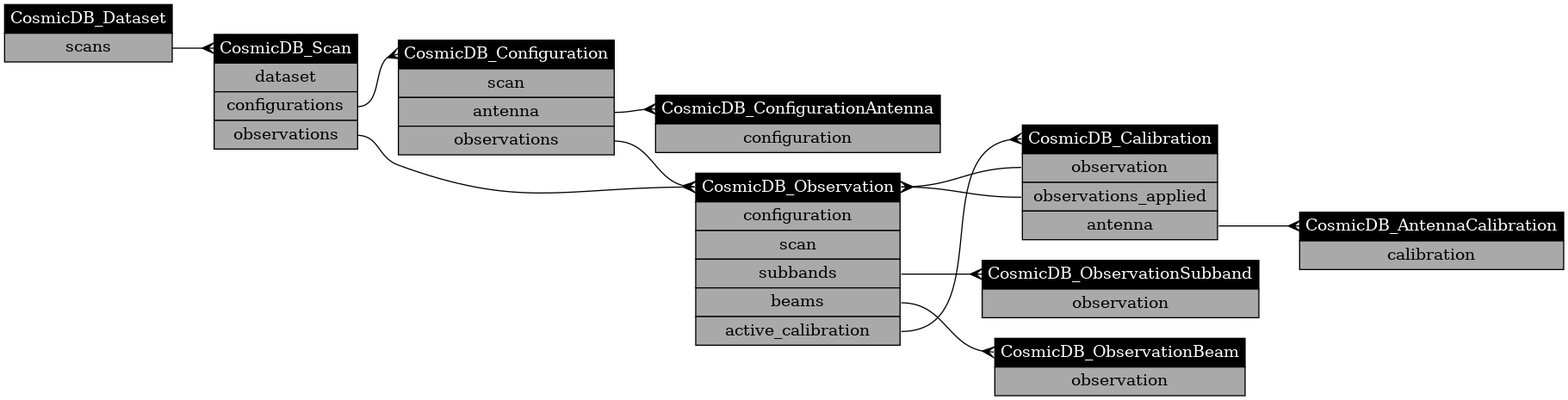
Before: docs/entities_Operation.png, a diagram exported from Graphviz (COSMIC-SETI/COSMIC-VLA-Database). Its source is kept beside it as docs/entities_Operation.dot.
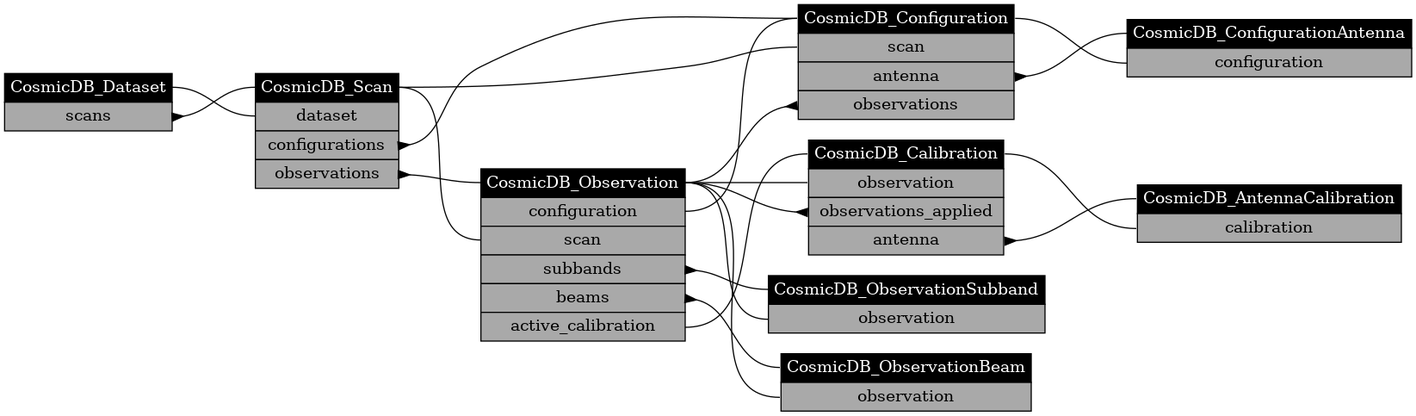
After the change.

What changed in the source:
```diff
@@ -1,5 +1,7 @@
 digraph Operation_Entities {
+layout=dot;
 rankdir=LR;
+ranksep="1.0";
 CosmicDB_Dataset [label=<<table border="0" cellborder="1" cellspacing="0" cellpadding="4">
 	<tr><td bgcolor="black" port="class"><font color="white">CosmicDB_Dataset</font></td></tr>
 	<tr><td bgcolor="darkgrey" port="scans">scans</td></tr>
@@ -46,15 +48,23 @@
 	<tr><td bgcolor="black" port="class"><font color="white">CosmicDB_ObservationBeam</font></td></tr>
 	<tr><td bgcolor="darkgrey" port="observation">observation</td></tr>
 </table>>, shape=plain];
-CosmicDB_Dataset:scans -> CosmicDB_Scan:class  [arrowhead=crow];
-CosmicDB_Scan:configurations -> CosmicDB_Configuration:class  [arrowhead=crow];
-CosmicDB_Scan:observations -> CosmicDB_Observation:class  [arrowhead=crow];
-CosmicDB_Configuration:antenna -> CosmicDB_ConfigurationAntenna:class  [arrowhead=crow];
-CosmicDB_Configuration:observations -> CosmicDB_Observation:class  [arrowhead=crow];
-CosmicDB_Calibration:observation -> CosmicDB_Observation:class  [arrowhead=crow];
-CosmicDB_Calibration:observations_applied -> CosmicDB_Observation:class  [arrowhead=crow];
-CosmicDB_Calibration:antenna -> CosmicDB_AntennaCalibration:class  [arrowhead=crow];
-CosmicDB_Observation:subbands -> CosmicDB_ObservationSubband:class  [arrowhead=crow];
-CosmicDB_Observation:beams -> CosmicDB_ObservationBeam:class  [arrowhead=crow];
-CosmicDB_Observation:active_calibration -> CosmicDB_Calibration:class  [arrowhead=crow];
+CosmicDB_Dataset:scans -> CosmicDB_Scan:class  [arrowhead=none, arrowtail=inv, dir=both];
+CosmicDB_Scan:dataset -> CosmicDB_Dataset:class  [arrowhead=none, arrowtail=none, dir=both];
+CosmicDB_Scan:configurations -> CosmicDB_Configuration:class  [arrowhead=none, arrowtail=inv, dir=both];
+CosmicDB_Scan:observations -> CosmicDB_Observation:class  [arrowhead=none, arrowtail=inv, dir=both];
+CosmicDB_Configuration:scan -> CosmicDB_Scan:class  [arrowhead=none, arrowtail=none, dir=both];
+CosmicDB_Configuration:antenna -> CosmicDB_ConfigurationAntenna:class  [arrowhead=none, arrowtail=inv, dir=both];
+CosmicDB_Configuration:observations -> CosmicDB_Observation:class  [arrowhead=none, arrowtail=inv, dir=both];
+CosmicDB_ConfigurationAntenna:configuration -> CosmicDB_Configuration:class  [arrowhead=none, arrowtail=none, dir=both];
+CosmicDB_Calibration:observation -> CosmicDB_Observation:class  [arrowhead=none, arrowtail=none, dir=both];
+CosmicDB_Calibration:observations_applied -> CosmicDB_Observation:class  [arrowhead=none, arrowtail=inv, dir=both];
+CosmicDB_Calibration:antenna -> CosmicDB_AntennaCalibration:class  [arrowhead=none, arrowtail=inv, dir=both];
+CosmicDB_AntennaCalibration:calibration -> CosmicDB_Calibration:class  [arrowhead=none, arrowtail=none, dir=both];
+CosmicDB_Observation:configuration -> CosmicDB_Configuration:class  [arrowhead=none, arrowtail=none, dir=both];
+CosmicDB_Observation:scan -> CosmicDB_Scan:class  [arrowhead=none, arrowtail=none, dir=both];
+CosmicDB_Observation:subbands -> CosmicDB_ObservationSubband:class  [arrowhead=none, arrowtail=inv, dir=both];
+CosmicDB_Observation:beams -> CosmicDB_ObservationBeam:class  [arrowhead=none, arrowtail=inv, dir=both];
+CosmicDB_Observation:active_calibration -> CosmicDB_Calibration:class  [arrowhead=none, arrowtail=none, dir=both];
+CosmicDB_ObservationSubband:observation -> CosmicDB_Observation:class  [arrowhead=none, arrowtail=none, dir=both];
+CosmicDB_ObservationBeam:observation -> CosmicDB_Observation:class  [arrowhead=none, arrowtail=none, dir=both];
 }
```
